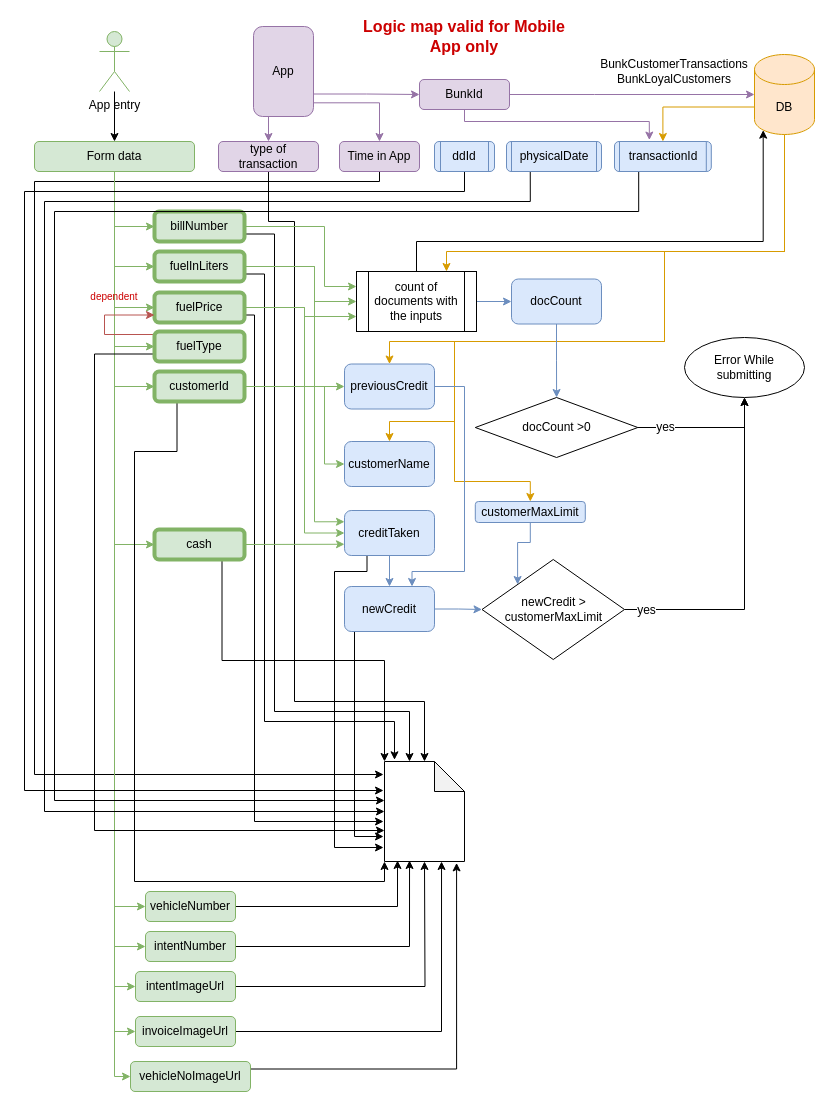
Before: page "Type == Expense" (2 of 3) of Creditor_Transactions.drawio in LakshEternl/GazoLogicMap, a draw.io diagram. Source tidied: cells renumbered, new cells numbered last; positions are measured from the earlier drawing's top-left corner, leaving out a move shared by most shapes. Both pictures are drawn from the tidied source at 100%, with x=0, y=0 at pixel (24, 21).
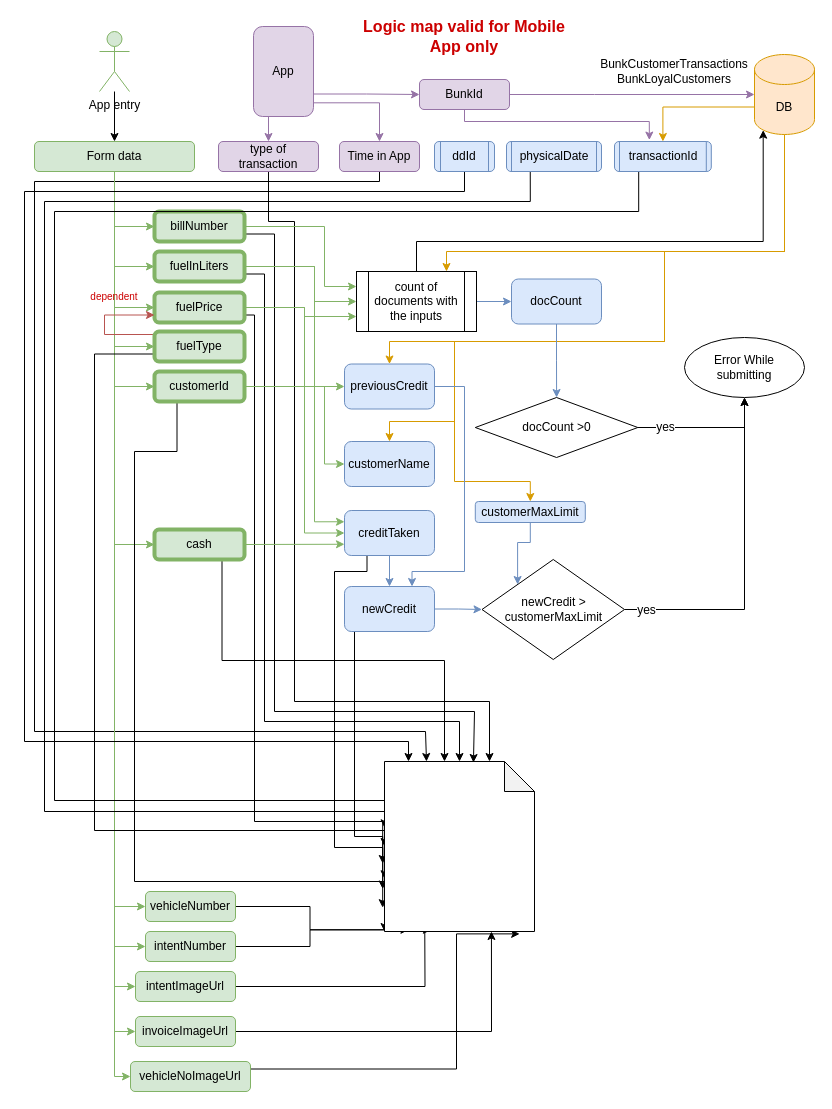
After the change.

The change refers to these unchanged cells:
```xml
<mxCell id="3" value="type of transaction" style="rounded=1;whiteSpace=wrap;html=1;fillColor=#e1d5e7;strokeColor=#9673a6;" parent="1" vertex="1">
  <mxGeometry x="194" y="120" width="100" height="30" as="geometry" />
</mxCell>
<mxCell id="5" value="Time in App" style="rounded=1;whiteSpace=wrap;html=1;fillColor=#e1d5e7;strokeColor=#9673a6;" parent="1" vertex="1">
  <mxGeometry x="315" y="120" width="80" height="30" as="geometry" />
</mxCell>
<mxCell id="35" value="ddId" style="shape=process;whiteSpace=wrap;html=1;backgroundOutline=1;fillColor=#dae8fc;strokeColor=#6c8ebf;rounded=1;" parent="1" vertex="1">
  <mxGeometry x="410" y="120" width="60" height="30" as="geometry" />
</mxCell>
<mxCell id="41" value="billNumber" style="rounded=1;whiteSpace=wrap;html=1;fillColor=#d5e8d4;strokeColor=#82b366;strokeWidth=4;" parent="1" vertex="1">
  <mxGeometry x="130" y="190" width="90" height="30" as="geometry" />
</mxCell>
<mxCell id="45" value="fuelInLiters" style="rounded=1;whiteSpace=wrap;html=1;fillColor=#d5e8d4;strokeColor=#82b366;strokeWidth=4;" parent="1" vertex="1">
  <mxGeometry x="130" y="230" width="90" height="30" as="geometry" />
</mxCell>
<mxCell id="74" value="cash" style="rounded=1;whiteSpace=wrap;html=1;fillColor=#d5e8d4;strokeColor=#82b366;strokeWidth=4;" parent="1" vertex="1">
  <mxGeometry x="130" y="508" width="90" height="30" as="geometry" />
</mxCell>
```

What changed in the source:
```diff
@@
     <mxCell id="2" style="edgeStyle=orthogonalEdgeStyle;jettySize=auto;html=1;exitX=0.5;exitY=1;exitDx=0;exitDy=0;fontSize=10;fontColor=#CC0000;rounded=0;" parent="1" edge="1" source="3" target="97">
       <mxGeometry relative="1" as="geometry">
         <Array as="points">
           <mxPoint x="244" y="200" />
           <mxPoint x="270" y="200" />
           <mxPoint x="270" y="680" />
-          <mxPoint x="400" y="680" />
+          <mxPoint x="465" y="680" />
         </Array>
       </mxGeometry>
     </mxCell>
@@
-    <mxCell id="4" style="edgeStyle=orthogonalEdgeStyle;rounded=0;jettySize=auto;html=1;exitX=0.5;exitY=1;exitDx=0;exitDy=0;entryX=-0.012;entryY=0.13;entryDx=0;entryDy=0;entryPerimeter=0;fontSize=10;fontColor=#CC0000;" parent="1" edge="1" source="5" target="97">
+    <mxCell id="4" style="edgeStyle=orthogonalEdgeStyle;rounded=0;jettySize=auto;html=1;exitX=0.5;exitY=1;exitDx=0;exitDy=0;entryX=0.28;entryY=0;entryDx=0;entryDy=0;entryPerimeter=0;fontSize=10;fontColor=#CC0000;" parent="1" edge="1" source="5" target="97">
       <mxGeometry relative="1" as="geometry">
         <Array as="points">
           <mxPoint x="355" y="160" />
           <mxPoint x="10" y="160" />
-          <mxPoint x="10" y="753" />
+          <mxPoint x="10" y="710" />
+          <mxPoint x="401" y="710" />
         </Array>
       </mxGeometry>
     </mxCell>
@@
-    <mxCell id="34" style="edgeStyle=orthogonalEdgeStyle;rounded=0;jettySize=auto;html=1;exitX=0.5;exitY=1;exitDx=0;exitDy=0;entryX=-0.012;entryY=0.29;entryDx=0;entryDy=0;entryPerimeter=0;fontSize=10;fontColor=#CC0000;" parent="1" edge="1" source="35" target="97">
+    <mxCell id="34" style="edgeStyle=orthogonalEdgeStyle;rounded=0;jettySize=auto;html=1;exitX=0.5;exitY=1;exitDx=0;exitDy=0;entryX=0.16;entryY=0;entryDx=0;entryDy=0;entryPerimeter=0;fontSize=10;fontColor=#CC0000;" parent="1" edge="1" source="35" target="97">
       <mxGeometry relative="1" as="geometry">
         <Array as="points">
           <mxPoint x="440" y="170" />
           <mxPoint y="170" />
-          <mxPoint y="769" />
+          <mxPoint y="720" />
+          <mxPoint x="384" y="720" />
         </Array>
       </mxGeometry>
     </mxCell>
@@
-    <mxCell id="40" style="edgeStyle=orthogonalEdgeStyle;rounded=0;jettySize=auto;html=1;exitX=1;exitY=0.75;exitDx=0;exitDy=0;entryX=0;entryY=0;entryDx=25;entryDy=0;entryPerimeter=0;fontSize=10;fontColor=#CC0000;" parent="1" edge="1" source="41" target="97">
+    <mxCell id="40" style="edgeStyle=orthogonalEdgeStyle;rounded=0;jettySize=auto;html=1;exitX=1;exitY=0.75;exitDx=0;exitDy=0;entryX=0.593;entryY=0.006;entryDx=0;entryDy=0;entryPerimeter=0;fontSize=10;fontColor=#CC0000;" parent="1" edge="1" source="41" target="97">
       <mxGeometry relative="1" as="geometry">
         <Array as="points">
           <mxPoint x="250" y="213" />
           <mxPoint x="250" y="690" />
-          <mxPoint x="385" y="690" />
+          <mxPoint x="450" y="690" />
         </Array>
       </mxGeometry>
     </mxCell>
@@
-    <mxCell id="44" style="edgeStyle=orthogonalEdgeStyle;rounded=0;jettySize=auto;html=1;exitX=1;exitY=0.75;exitDx=0;exitDy=0;entryX=0.125;entryY=-0.017;entryDx=0;entryDy=0;entryPerimeter=0;fontSize=10;fontColor=#CC0000;" parent="1" edge="1" source="45" target="97">
+    <mxCell id="44" style="edgeStyle=orthogonalEdgeStyle;rounded=0;jettySize=auto;html=1;exitX=1;exitY=0.75;exitDx=0;exitDy=0;entryX=0.5;entryY=0;entryDx=0;entryDy=0;entryPerimeter=0;fontSize=10;fontColor=#CC0000;" parent="1" edge="1" source="45" target="97">
       <mxGeometry relative="1" as="geometry">
         <Array as="points">
           <mxPoint x="240" y="253" />
           <mxPoint x="240" y="700" />
-          <mxPoint x="370" y="700" />
+          <mxPoint x="435" y="700" />
         </Array>
       </mxGeometry>
     </mxCell>
@@
-    <mxCell id="73" style="edgeStyle=orthogonalEdgeStyle;rounded=0;jettySize=auto;html=1;exitX=0.75;exitY=1;exitDx=0;exitDy=0;entryX=0;entryY=0;entryDx=0;entryDy=0;entryPerimeter=0;fontSize=10;fontColor=#CC0000;" parent="1" edge="1" source="74" target="97">
+    <mxCell id="73" style="edgeStyle=orthogonalEdgeStyle;rounded=0;jettySize=auto;html=1;exitX=0.75;exitY=1;exitDx=0;exitDy=0;fontSize=10;fontColor=#CC0000;entryX=0;entryY=0;entryDx=60;entryDy=0;entryPerimeter=0;" parent="1" edge="1" source="74" target="97">
       <mxGeometry relative="1" as="geometry" />
     </mxCell>
@@
     <mxCell id="97" style="shape=note;whiteSpace=wrap;html=1;backgroundOutline=1;darkOpacity=0.05;fontSize=10;fontColor=#CC0000;size=30;" parent="1" vertex="1">
-      <mxGeometry x="360" y="740" width="80" height="100" as="geometry" />
+      <mxGeometry x="360" y="740" width="150" height="170" as="geometry" />
     </mxCell>
```
